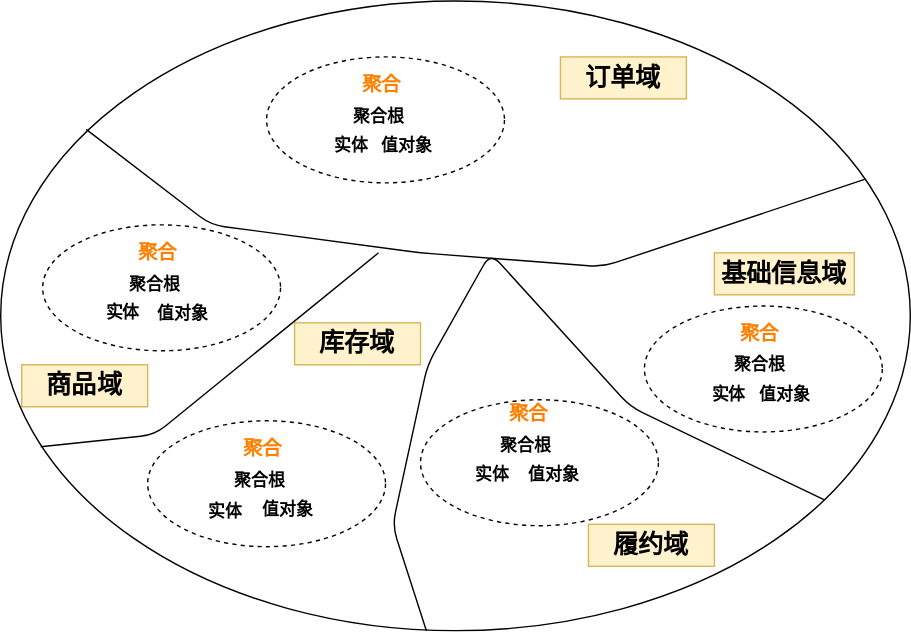
This is doc/context/领域划分.svg from 3thinkthendoit/think-oms, a draw.io export, as it was before one commit. Source tidied: cells renumbered, new cells last; positions are measured from the earlier drawing's top-left corner, leaving out a move shared by most shapes.
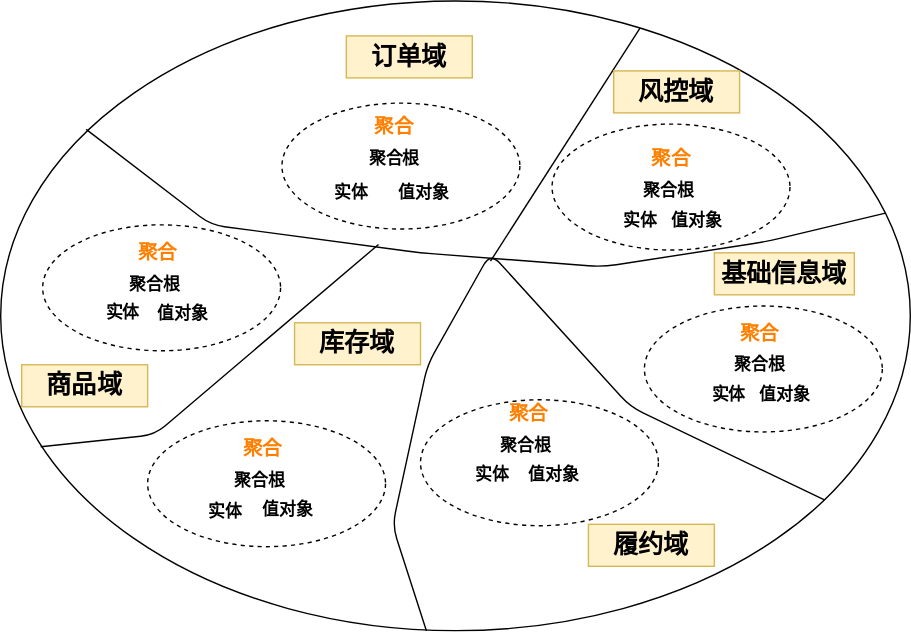
After the commit.

Commit message:
fix:订单介入新增审核逻辑 doc:调整部分设计图

The edit, as a diff of the source:
```diff
@@ -8,6 +8,7 @@
     <mxCell id="3" style="endArrow=none;html=1;entryX=0.094;entryY=0.204;entryDx=0;entryDy=0;entryPerimeter=0;" parent="1" edge="1" source="2" target="2">
       <mxGeometry relative="1" as="geometry">
         <Array as="points">
+          <mxPoint x="547" y="172" />
           <mxPoint x="430" y="190" />
           <mxPoint x="300" y="180" />
           <mxPoint x="150" y="160" />
@@ -16,7 +17,7 @@
     </mxCell>
     <mxCell id="4" style="endArrow=none;html=1;exitX=0.044;exitY=0.708;exitDx=0;exitDy=0;exitPerimeter=0;" parent="1" edge="1" source="2">
       <mxGeometry relative="1" as="geometry">
-        <mxPoint x="270" y="180" as="targetPoint" />
+        <mxPoint x="270" y="174" as="targetPoint" />
         <Array as="points">
           <mxPoint x="110" y="310" />
         </Array>
@@ -33,7 +34,7 @@
       </mxGeometry>
     </mxCell>
     <mxCell id="6" value="&lt;font style=&quot;font-size: 18px&quot;&gt;&lt;b&gt;订单域&lt;/b&gt;&lt;/font&gt;" style="rounded=0;whiteSpace=wrap;html=1;fillColor=#fff2cc;strokeColor=#d6b656;" parent="1" vertex="1">
-      <mxGeometry x="400" y="40" width="90" height="30" as="geometry" />
+      <mxGeometry x="247" y="25" width="90" height="30" as="geometry" />
     </mxCell>
     <mxCell id="7" value="&lt;font style=&quot;font-size: 18px&quot;&gt;&lt;b&gt;商品域&lt;/b&gt;&lt;/font&gt;" style="rounded=0;whiteSpace=wrap;html=1;fillColor=#fff2cc;strokeColor=#d6b656;" parent="1" vertex="1">
       <mxGeometry x="15" y="260" width="90" height="30" as="geometry" />
@@ -48,19 +49,19 @@
       <mxGeometry x="420" y="374" width="90" height="30" as="geometry" />
     </mxCell>
     <mxCell id="11" style="ellipse;whiteSpace=wrap;html=1;dashed=1;" parent="1" vertex="1">
-      <mxGeometry x="190" y="40" width="170" height="90" as="geometry" />
+      <mxGeometry x="201" y="73" width="170" height="90" as="geometry" />
     </mxCell>
     <mxCell id="12" value="&lt;b&gt;&lt;font color=&quot;#ff8000&quot; style=&quot;font-size: 14px&quot;&gt;聚合&lt;/font&gt;&lt;/b&gt;" style="text;html=1;align=center;verticalAlign=middle;" parent="1" vertex="1">
-      <mxGeometry x="252" y="50" width="40" height="20" as="geometry" />
+      <mxGeometry x="261" y="80" width="40" height="20" as="geometry" />
     </mxCell>
     <mxCell id="13" value="&lt;b&gt;聚合根&lt;/b&gt;" style="text;html=1;align=center;verticalAlign=middle;" parent="1" vertex="1">
-      <mxGeometry x="245" y="73" width="50" height="20" as="geometry" />
+      <mxGeometry x="256" y="103" width="50" height="20" as="geometry" />
     </mxCell>
     <mxCell id="14" value="&lt;b&gt;实体&lt;/b&gt;" style="text;html=1;align=center;verticalAlign=middle;" parent="1" vertex="1">
-      <mxGeometry x="230" y="94" width="40" height="20" as="geometry" />
+      <mxGeometry x="230" y="127" width="40" height="20" as="geometry" />
     </mxCell>
     <mxCell id="15" value="&lt;b&gt;值对象&lt;/b&gt;" style="text;html=1;align=center;verticalAlign=middle;" parent="1" vertex="1">
-      <mxGeometry x="265" y="94" width="50" height="20" as="geometry" />
+      <mxGeometry x="277" y="127" width="50" height="20" as="geometry" />
     </mxCell>
     <mxCell id="16" style="ellipse;whiteSpace=wrap;html=1;dashed=1;" parent="1" vertex="1">
       <mxGeometry x="30" y="160" width="170" height="90" as="geometry" />
@@ -122,5 +123,28 @@
     <mxCell id="35" value="&lt;b&gt;值对象&lt;/b&gt;" style="text;html=1;align=center;verticalAlign=middle;" parent="1" vertex="1">
       <mxGeometry x="535" y="272" width="50" height="20" as="geometry" />
     </mxCell>
+    <mxCell id="36" style="endArrow=none;html=1;" parent="1" edge="1" target="2">
+      <mxGeometry relative="1" as="geometry">
+        <mxPoint x="350" y="186" as="sourcePoint" />
+      </mxGeometry>
+    </mxCell>
+    <mxCell id="37" value="&lt;font style=&quot;font-size: 18px&quot;&gt;&lt;b&gt;风控域&lt;/b&gt;&lt;/font&gt;" style="rounded=0;whiteSpace=wrap;html=1;fillColor=#fff2cc;strokeColor=#d6b656;" parent="1" vertex="1">
+      <mxGeometry x="438" y="50" width="90" height="30" as="geometry" />
+    </mxCell>
+    <mxCell id="38" style="ellipse;whiteSpace=wrap;html=1;dashed=1;" parent="1" vertex="1">
+      <mxGeometry x="394" y="88" width="170" height="90" as="geometry" />
+    </mxCell>
+    <mxCell id="39" value="&lt;b&gt;&lt;font color=&quot;#ff8000&quot; style=&quot;font-size: 14px&quot;&gt;聚合&lt;/font&gt;&lt;/b&gt;" style="text;html=1;align=center;verticalAlign=middle;" parent="1" vertex="1">
+      <mxGeometry x="458.5" y="103" width="40" height="20" as="geometry" />
+    </mxCell>
+    <mxCell id="40" value="&lt;b&gt;聚合根&lt;/b&gt;" style="text;html=1;align=center;verticalAlign=middle;" parent="1" vertex="1">
+      <mxGeometry x="451.5" y="126" width="50" height="20" as="geometry" />
+    </mxCell>
+    <mxCell id="41" value="&lt;b&gt;实体&lt;/b&gt;" style="text;html=1;align=center;verticalAlign=middle;" parent="1" vertex="1">
+      <mxGeometry x="436.5" y="147" width="40" height="20" as="geometry" />
+    </mxCell>
+    <mxCell id="42" value="&lt;b&gt;值对象&lt;/b&gt;" style="text;html=1;align=center;verticalAlign=middle;" parent="1" vertex="1">
+      <mxGeometry x="471.5" y="147" width="50" height="20" as="geometry" />
+    </mxCell>
   </root>
 </mxGraphModel>
```
